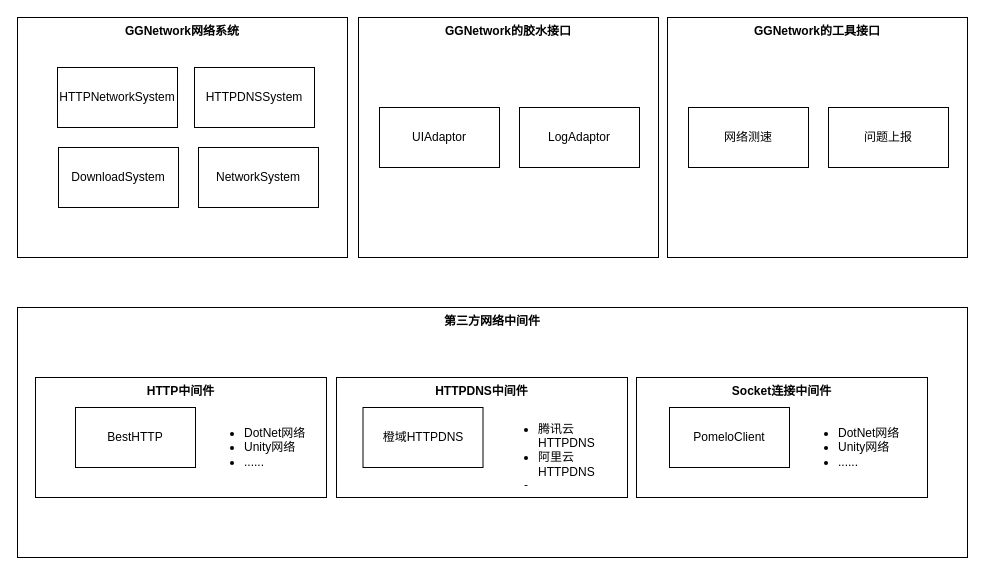
This is documents/TDD/GGNetwork_TDD.drawio from gonglei007/GGFramework-GGNetwork, a draw.io file, before an edit. Source tidied: cells renumbered, new cells numbered last; positions are measured from the earlier drawing's top-left corner, leaving out a move shared by most shapes. Both pictures are drawn from the tidied source at 100%, with x=0, y=0 at pixel (17, 17).
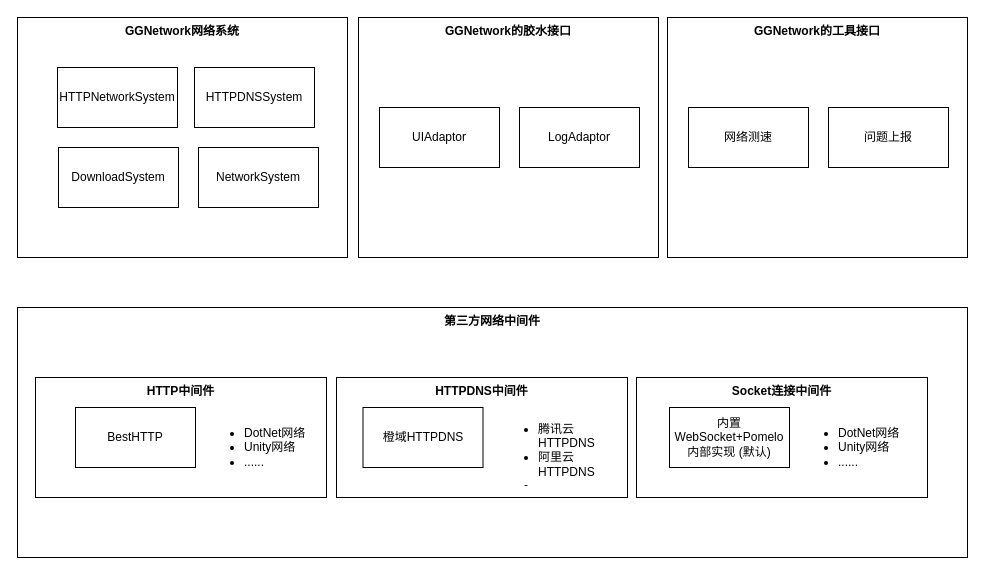
The same diagram, later.

Commit message (it also covers changes not shown here):
docs: 完善 TDD 架构图并补充 WebSocket 长连接提示卡

- GGNetwork_Architecture.drawio：Socket 中间件实现节点更新为『内置 WebSocket+Pomelo（默认）内部实现』，回退节点改为『TCP PomeloClient（可选）』
- GGNetwork_TDD.drawio：同步 Socket 连接中间件实现节点为内部 WebSocket 实现
- 新增 documents/websocket_提示卡.md：内部 WebSocket+Pomelo 模块的精炼使用说明（开关/用法/上线检查/常见坑）

The edit, as a diff of the source:
```diff
@@
-    <mxCell id="12" value="PomeloClient" style="rounded=0;whiteSpace=wrap;html=1;" parent="1" vertex="1">
+    <mxCell id="12" value="内置 WebSocket+Pomelo&#10;内部实现 (默认)" style="rounded=0;whiteSpace=wrap;html=1;" parent="1" vertex="1">
       <mxGeometry x="652" y="390" width="120" height="60" as="geometry" />
     </mxCell>
```
